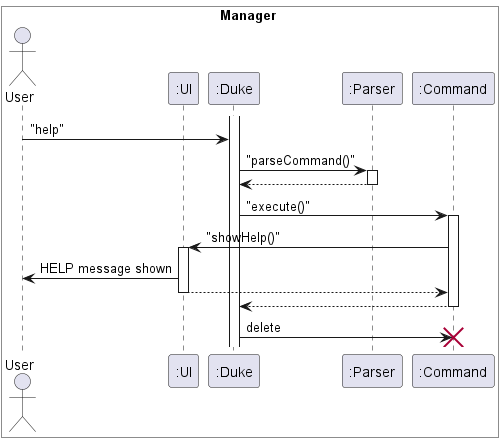
The PlantUML diagram docs/PlantUML/Help.png in nus-cs2113-AY2223S2/tp, before a commit.
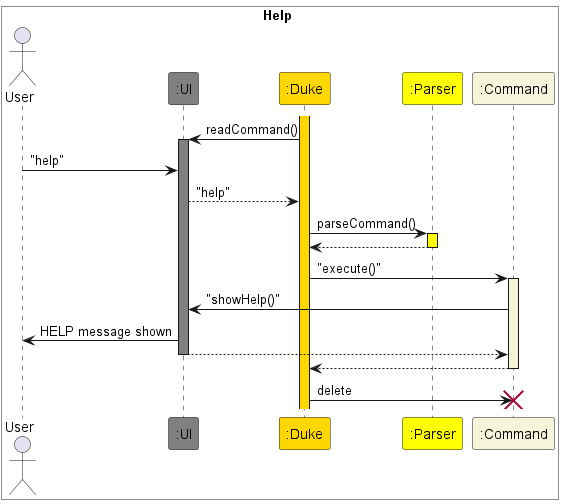
The same diagram one commit later.

Commit message:
Fixes Help sequence diagram

What changed in the source:
```diff
@@ -1,24 +1,25 @@
 @startuml Help
-box Manager #White
+box Help #White
 Actor User
 
-participant ":UI" as UI
-participant ":Duke" as Duke
-participant ":Parser" as Parser
-participant ":Command" as Command1
+participant ":UI" as UI #Gray
+participant ":Duke" as Duke #Gold
+participant ":Parser" as Parser #Yellow
+participant ":Command" as Command1 #Beige
 end box
 
-activate Duke
-
-User -> Duke : "help"
-Duke -> Parser : "parseCommand()"
-activate Parser
+activate Duke #Gold
+Duke -> UI : readCommand()
+activate UI #Gray
+User -> UI : "help"
+UI --> Duke : "help"
+Duke -> Parser : parseCommand()
+activate Parser #Yellow
 Parser --> Duke
 deactivate Parser
 Duke -> Command1 : "execute()"
-activate Command1
+activate Command1 #Beige
 Command1 -> UI : "showHelp()"
-activate UI
 UI -> User : HELP message shown
 UI --> Command1
 deactivate UI
```
